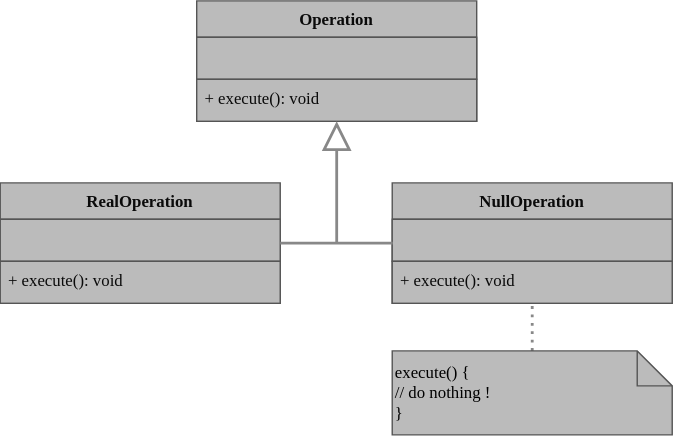
Earlier version of the draw.io export resources/NullObject.drawio.svg (SinixND/design_patterns). Source tidied: cells renumbered, new cells last; positions are measured from the earlier drawing's top-left corner, leaving out a move shared by most shapes.
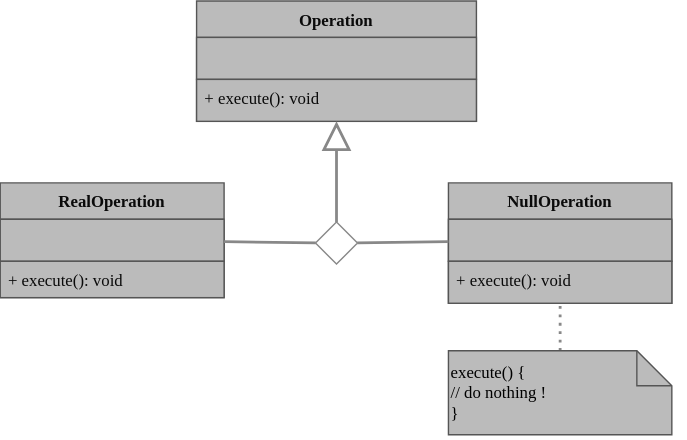
After the change.

Diff of the diagram source:
```diff
@@ -15,42 +15,46 @@
       <mxGeometry y="56" width="200" height="30" as="geometry" />
     </mxCell>
     <mxCell id="6" value="RealOperation" style="swimlane;fontStyle=1;align=center;verticalAlign=top;horizontal=1;startSize=26;fontColor=#0A0A0A;fillColor=#BBBBBB;gradientColor=none;strokeColor=#555555;fontFamily=Lucida Console;" parent="1" vertex="1">
-      <mxGeometry x="-0.3" y="130" width="200" height="86" as="geometry" />
+      <mxGeometry x="-0.3" y="130" width="160" height="82" as="geometry" />
     </mxCell>
     <mxCell id="7" style="edgeStyle=none;exitX=1;exitY=0.5;exitDx=0;exitDy=0;fontColor=#0A0A0A;rounded=0;strokeWidth=3;strokeColor=#888888;fontFamily=Lucida Console;" parent="6" edge="1" source="8" target="6">
       <mxGeometry relative="1" as="geometry" />
     </mxCell>
     <mxCell id="8" value=" " style="text;strokeColor=#555555;fillColor=#BBBBBB;align=left;verticalAlign=top;spacingLeft=4;spacingRight=4;overflow=hidden;points=[[0,0.5],[1,0.5]];portConstraint=eastwest;fontColor=#0A0A0A;fontFamily=Lucida Console;" parent="6" vertex="1">
-      <mxGeometry y="26" width="200" height="30" as="geometry" />
+      <mxGeometry y="26" width="160" height="30" as="geometry" />
     </mxCell>
     <mxCell id="9" value="+ execute(): void" style="text;strokeColor=#555555;fillColor=#BBBBBB;align=left;verticalAlign=top;spacingLeft=4;spacingRight=4;overflow=hidden;fontColor=#0A0A0A;fontFamily=Lucida Console;" parent="6" vertex="1">
-      <mxGeometry y="56" width="200" height="30" as="geometry" />
+      <mxGeometry y="56" width="160" height="26" as="geometry" />
     </mxCell>
     <mxCell id="10" value="NullOperation" style="swimlane;fontStyle=1;align=center;verticalAlign=top;horizontal=1;startSize=26;fontColor=#0A0A0A;fillColor=#BBBBBB;gradientColor=none;strokeColor=#555555;fontFamily=Lucida Console;" parent="1" vertex="1">
-      <mxGeometry x="279.7" y="130" width="200" height="86" as="geometry" />
+      <mxGeometry x="320" y="130" width="159.7" height="86" as="geometry" />
     </mxCell>
     <mxCell id="11" style="edgeStyle=none;exitX=1;exitY=0.5;exitDx=0;exitDy=0;fontColor=#0A0A0A;rounded=0;strokeWidth=3;strokeColor=#888888;fontFamily=Lucida Console;" parent="10" edge="1" source="12" target="10">
       <mxGeometry relative="1" as="geometry" />
     </mxCell>
     <mxCell id="12" value=" " style="text;strokeColor=#555555;fillColor=#BBBBBB;align=left;verticalAlign=top;spacingLeft=4;spacingRight=4;overflow=hidden;points=[[0,0.5],[1,0.5]];portConstraint=eastwest;fontColor=#0A0A0A;fontFamily=Lucida Console;" parent="10" vertex="1">
-      <mxGeometry y="26" width="200" height="30" as="geometry" />
+      <mxGeometry y="26" width="159.7" height="30" as="geometry" />
     </mxCell>
     <mxCell id="13" value="+ execute(): void" style="text;strokeColor=#555555;fillColor=#BBBBBB;align=left;verticalAlign=top;spacingLeft=4;spacingRight=4;overflow=hidden;fontColor=#0A0A0A;fontFamily=Lucida Console;" parent="10" vertex="1">
-      <mxGeometry y="56" width="200" height="30" as="geometry" />
+      <mxGeometry y="56" width="159.7" height="30" as="geometry" />
     </mxCell>
-    <mxCell id="14" style="edgeStyle=none;html=1;endSize=16;strokeWidth=2;startSize=6;rounded=0;endArrow=block;endFill=0;strokeColor=#888888;" parent="1" edge="1" source="6" target="2">
-      <mxGeometry relative="1" as="geometry">
-        <Array as="points">
-          <mxPoint x="280" y="173" />
-          <mxPoint x="240" y="173" />
-        </Array>
-      </mxGeometry>
+    <mxCell id="14" style="edgeStyle=none;html=1;endSize=16;strokeWidth=2;startSize=6;rounded=0;endArrow=block;endFill=0;strokeColor=#888888;" parent="1" edge="1" source="19" target="2">
+      <mxGeometry relative="1" as="geometry" />
     </mxCell>
     <mxCell id="15" style="edgeStyle=none;rounded=0;html=1;strokeWidth=2;fontFamily=Lucida Console;endArrow=none;endFill=0;startSize=6;endSize=16;dashed=1;dashPattern=1 2;strokeColor=#888888;" parent="1" edge="1" source="16" target="10">
       <mxGeometry relative="1" as="geometry" />
     </mxCell>
     <mxCell id="16" value="&lt;p style=&quot;&quot;&gt;&lt;span style=&quot;background-color: initial;&quot;&gt;execute() {&lt;br&gt;&lt;/span&gt;&lt;span style=&quot;background-color: initial;&quot;&gt;&lt;/span&gt;&lt;span style=&quot;background-color: initial; white-space: normal;&quot;&gt;&amp;nbsp; &amp;nbsp; // do nothing !&lt;br&gt;&lt;/span&gt;&lt;span style=&quot;background-color: initial;&quot;&gt;}&lt;/span&gt;&lt;/p&gt;" style="shape=note2;boundedLbl=1;whiteSpace=wrap;html=1;size=25;verticalAlign=middle;align=left;fontFamily=Lucida Console;fillColor=#bbbbbb;strokeColor=#555555;fontColor=#000000;" parent="1" vertex="1">
-      <mxGeometry x="279.7" y="250" width="200" height="60" as="geometry" />
+      <mxGeometry x="320" y="250" width="159.7" height="60" as="geometry" />
     </mxCell>
+    <mxCell id="17" style="edgeStyle=none;html=1;endSize=16;strokeWidth=2;startSize=6;rounded=0;endArrow=none;endFill=0;strokeColor=#888888;" parent="1" edge="1" source="8" target="19">
+      <mxGeometry relative="1" as="geometry" />
+    </mxCell>
+    <mxCell id="18" style="edgeStyle=none;html=1;endSize=16;strokeWidth=2;startSize=6;rounded=0;endArrow=none;endFill=0;strokeColor=#888888;" parent="1" edge="1" source="19" target="12">
+      <mxGeometry relative="1" as="geometry" />
+    </mxCell>
+    <mxCell id="19" style="rhombus;strokeColor=#888888;" parent="1" vertex="1">
+      <mxGeometry x="225" y="158" width="30" height="30" as="geometry" />
+    </mxCell>
   </root>
 </mxGraphModel>
```
